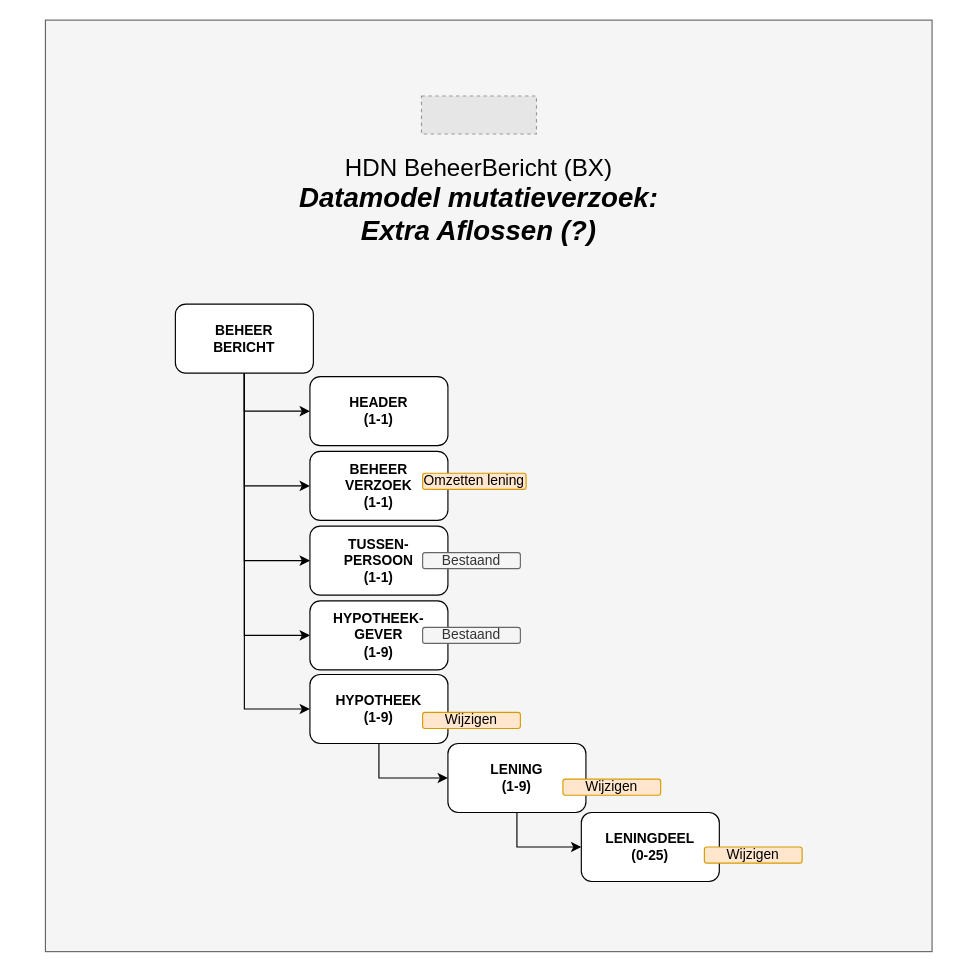
The draw.io diagram page "DataModel EA" (1 of 4) of HDN_BX_MM_ExtraAflossing.drawio in luchthandel/diagrams, before the edit. Source tidied: cells renumbered, new cells numbered last; positions are measured from the earlier drawing's top-left corner, leaving out a move shared by most shapes. Both pictures are drawn from the tidied source at 115%, with x=0, y=0 at pixel (45, 20). Pictures stored in the file or linked from it are replaced by grey dashed boxes.
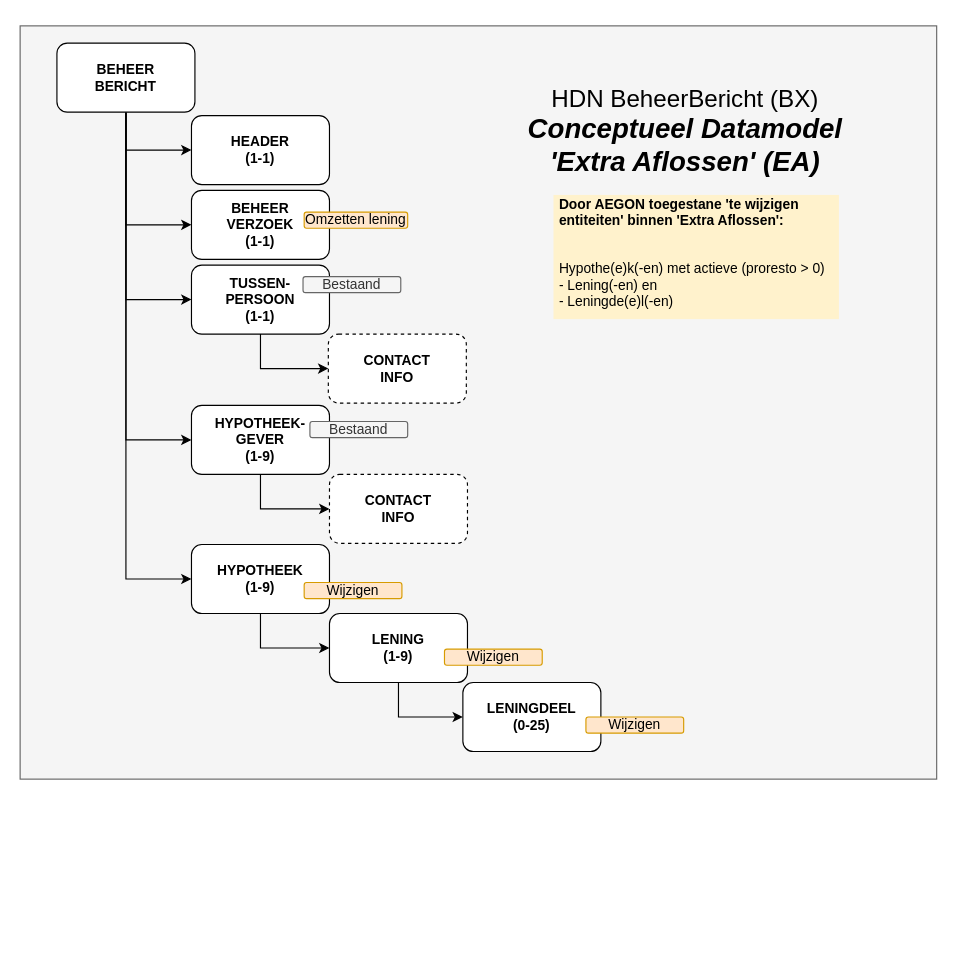
The same diagram, later.

The edit, as a diff of the source:
```diff
@@
-    <mxCell id="2" style="rounded=0;whiteSpace=wrap;html=1;fillColor=#f5f5f5;strokeColor=#666666;fontColor=#333333;labelBackgroundColor=none;" parent="1" vertex="1">
-      <mxGeometry width="771" height="810" as="geometry" />
-    </mxCell>
-    <mxCell id="3" style="fillColor=#E6E6E6;strokeColor=#999999;dashed=1;verticalLabelPosition=bottom;labelBackgroundColor=#ffffff;verticalAlign=top;" parent="1" vertex="1">
-      <mxGeometry x="327" y="66" width="100" height="33" as="geometry" />
-    </mxCell>
+    <mxCell id="26" style="rounded=0;whiteSpace=wrap;html=1;fillColor=#f5f5f5;strokeColor=#666666;fontColor=#333333;labelBackgroundColor=none;" parent="1" vertex="1">
+      <mxGeometry x="-22" y="5" width="797" height="655" as="geometry" />
+    </mxCell>
@@
     <mxCell id="5" value="LENING&lt;br&gt;(1-9)" style="rounded=1;whiteSpace=wrap;html=1;fontStyle=1;" parent="1" vertex="1">
-      <mxGeometry x="350" y="629" width="120" height="60" as="geometry" />
+      <mxGeometry x="247" y="516" width="120" height="60" as="geometry" />
     </mxCell>
     <mxCell id="6" value="LENINGDEEL&lt;br&gt;(0-25)" style="rounded=1;whiteSpace=wrap;html=1;fontStyle=1;" parent="1" vertex="1">
-      <mxGeometry x="466" y="689" width="120" height="60" as="geometry" />
+      <mxGeometry x="363" y="576" width="120" height="60" as="geometry" />
     </mxCell>
+    <mxCell id="27" style="edgeStyle=orthogonalEdgeStyle;rounded=0;jettySize=auto;html=1;exitX=0.5;exitY=1;exitDx=0;exitDy=0;entryX=0;entryY=0.5;entryDx=0;entryDy=0;" parent="1" edge="1" source="7" target="30">
+      <mxGeometry relative="1" as="geometry" />
+    </mxCell>
     <mxCell id="7" value="HYPOTHEEK-&lt;br&gt;GEVER&lt;br&gt;(1-9)" style="rounded=1;whiteSpace=wrap;html=1;fontStyle=1;" parent="1" vertex="1">
-      <mxGeometry x="230" y="505" width="120" height="60" as="geometry" />
+      <mxGeometry x="127" y="335" width="120" height="60" as="geometry" />
     </mxCell>
@@
     <mxCell id="13" value="BEHEER&lt;br&gt;BERICHT" style="rounded=1;whiteSpace=wrap;html=1;fontStyle=1;" parent="1" vertex="1">
-      <mxGeometry x="113" y="247" width="120" height="60" as="geometry" />
+      <mxGeometry x="10" y="20" width="120" height="60" as="geometry" />
     </mxCell>
     <mxCell id="14" value="BEHEER&lt;br&gt;VERZOEK&lt;br&gt;(1-1)" style="rounded=1;whiteSpace=wrap;html=1;fontStyle=1;" parent="1" vertex="1">
-      <mxGeometry x="230" y="375" width="120" height="60" as="geometry" />
+      <mxGeometry x="127" y="148" width="120" height="60" as="geometry" />
     </mxCell>
     <mxCell id="15" value="HEADER&lt;br&gt;(1-1)" style="rounded=1;whiteSpace=wrap;html=1;fontStyle=1;" parent="1" vertex="1">
-      <mxGeometry x="230" y="310" width="120" height="60" as="geometry" />
+      <mxGeometry x="127" y="83" width="120" height="60" as="geometry" />
     </mxCell>
+    <mxCell id="28" style="edgeStyle=orthogonalEdgeStyle;rounded=0;jettySize=auto;html=1;exitX=0.5;exitY=1;exitDx=0;exitDy=0;entryX=0;entryY=0.5;entryDx=0;entryDy=0;" parent="1" edge="1" source="16" target="29">
+      <mxGeometry relative="1" as="geometry" />
+    </mxCell>
     <mxCell id="16" value="TUSSEN-&lt;br&gt;PERSOON&lt;br&gt;(1-1)" style="rounded=1;whiteSpace=wrap;html=1;fontStyle=1;" parent="1" vertex="1">
-      <mxGeometry x="230" y="440" width="120" height="60" as="geometry" />
+      <mxGeometry x="127" y="213" width="120" height="60" as="geometry" />
     </mxCell>
@@
     <mxCell id="18" value="HYPOTHEEK&lt;br&gt;(1-9)" style="rounded=1;whiteSpace=wrap;html=1;fontStyle=1;" parent="1" vertex="1">
-      <mxGeometry x="230" y="569" width="120" height="60" as="geometry" />
+      <mxGeometry x="127" y="456" width="120" height="60" as="geometry" />
     </mxCell>
-    <mxCell id="19" value="&lt;font style=&quot;font-size: 21px&quot;&gt;HDN BeheerBericht (BX)&lt;br&gt;&lt;/font&gt;&lt;span style=&quot;font-size: 24px&quot;&gt;&lt;b&gt;&lt;i&gt;Datamodel mutatieverzoek:&lt;br&gt;Extra Aflossen&amp;nbsp;&lt;/i&gt;&lt;/b&gt;&lt;/span&gt;&lt;b style=&quot;font-size: 24px&quot;&gt;&lt;i&gt;(?)&lt;/i&gt;&lt;/b&gt;" style="text;html=1;strokeColor=none;fillColor=none;align=center;verticalAlign=middle;whiteSpace=wrap;rounded=0;" parent="1" vertex="1">
-      <mxGeometry x="198.8" y="120" width="356.4" height="74.5" as="geometry" />
-    </mxCell>
-    <mxCell id="20" value="&lt;span style=&quot;font-weight: 400&quot;&gt;Bestaand&lt;/span&gt;" style="rounded=1;whiteSpace=wrap;html=1;fontStyle=1;fillColor=#f5f5f5;strokeColor=#666666;fontColor=#333333;" parent="1" vertex="1">
-      <mxGeometry x="328" y="463" width="85" height="14" as="geometry" />
-    </mxCell>
     <mxCell id="21" value="&lt;span style=&quot;font-weight: 400&quot;&gt;Bestaand&lt;/span&gt;" style="rounded=1;whiteSpace=wrap;html=1;fontStyle=1;fillColor=#f5f5f5;strokeColor=#666666;fontColor=#333333;" parent="1" vertex="1">
-      <mxGeometry x="328" y="528" width="85" height="14" as="geometry" />
+      <mxGeometry x="230" y="349" width="85" height="14" as="geometry" />
     </mxCell>
     <mxCell id="22" value="&lt;span style=&quot;font-weight: 400&quot;&gt;Wijzigen&lt;/span&gt;" style="rounded=1;whiteSpace=wrap;html=1;fontStyle=1;fillColor=#ffe6cc;strokeColor=#d79b00;" parent="1" vertex="1">
-      <mxGeometry x="328" y="602" width="85" height="14" as="geometry" />
+      <mxGeometry x="225" y="489" width="85" height="14" as="geometry" />
     </mxCell>
     <mxCell id="23" value="&lt;span style=&quot;font-weight: 400&quot;&gt;Wijzigen&lt;/span&gt;" style="rounded=1;whiteSpace=wrap;html=1;fontStyle=1;fillColor=#ffe6cc;strokeColor=#d79b00;" parent="1" vertex="1">
-      <mxGeometry x="450" y="660" width="85" height="14" as="geometry" />
+      <mxGeometry x="347" y="547" width="85" height="14" as="geometry" />
     </mxCell>
     <mxCell id="24" value="&lt;span style=&quot;font-weight: 400&quot;&gt;Wijzigen&lt;/span&gt;" style="rounded=1;whiteSpace=wrap;html=1;fontStyle=1;fillColor=#ffe6cc;strokeColor=#d79b00;" parent="1" vertex="1">
-      <mxGeometry x="573" y="719" width="85" height="14" as="geometry" />
+      <mxGeometry x="470" y="606" width="85" height="14" as="geometry" />
     </mxCell>
     <mxCell id="25" value="&lt;span style=&quot;font-weight: 400&quot;&gt;Omzetten lening&lt;/span&gt;" style="rounded=1;whiteSpace=wrap;html=1;fontStyle=1;fillColor=#ffe6cc;strokeColor=#d79b00;" parent="1" vertex="1">
-      <mxGeometry x="328" y="394" width="90" height="14" as="geometry" />
+      <mxGeometry x="225" y="167" width="90" height="14" as="geometry" />
     </mxCell>
+    <mxCell id="29" value="CONTACT&lt;br&gt;INFO" style="rounded=1;whiteSpace=wrap;html=1;fontStyle=1;dashed=1;" parent="1" vertex="1">
+      <mxGeometry x="246" y="273" width="120" height="60" as="geometry" />
+    </mxCell>
+    <mxCell id="20" value="&lt;span style=&quot;font-weight: 400&quot;&gt;Bestaand&lt;/span&gt;" style="rounded=1;whiteSpace=wrap;html=1;fontStyle=1;fillColor=#f5f5f5;strokeColor=#666666;fontColor=#333333;" parent="1" vertex="1">
+      <mxGeometry x="224" y="223" width="85" height="14" as="geometry" />
+    </mxCell>
+    <mxCell id="30" value="CONTACT&lt;br&gt;INFO" style="rounded=1;whiteSpace=wrap;html=1;fontStyle=1;dashed=1;" parent="1" vertex="1">
+      <mxGeometry x="247" y="395" width="120" height="60" as="geometry" />
+    </mxCell>
+    <mxCell id="31" value="&lt;font style=&quot;font-size: 21px&quot;&gt;HDN BeheerBericht (BX)&lt;br&gt;&lt;/font&gt;&lt;span style=&quot;font-size: 24px&quot;&gt;&lt;b&gt;&lt;i&gt;Conceptueel Datamodel&lt;br&gt;'Extra Aflossen' (EA)&lt;br&gt;&lt;/i&gt;&lt;/b&gt;&lt;/span&gt;" style="text;html=1;strokeColor=none;fillColor=none;align=center;verticalAlign=middle;whiteSpace=wrap;rounded=0;" parent="1" vertex="1">
+      <mxGeometry x="400" y="50" width="312.5" height="93" as="geometry" />
+    </mxCell>
+    <mxCell id="32" value="&lt;p&gt;&lt;b&gt;Door AEGON toegestane 'te wijzigen entiteiten' binnen 'Extra Aflossen':&lt;/b&gt;&lt;/p&gt;&lt;p&gt;&lt;b&gt;&lt;br&gt;&lt;/b&gt;Hypothe(e)k(-en) met actieve (proresto &amp;gt; 0)&lt;br&gt;- Lening(-en) en&lt;br&gt;- Leningde(e)l(-en)&lt;br&gt;&lt;/p&gt;" style="text;html=1;fillColor=#fff2cc;spacing=5;spacingTop=-20;whiteSpace=wrap;overflow=hidden;rounded=0;verticalAlign=top;" parent="1" vertex="1">
+      <mxGeometry x="441.8" y="152" width="248.2" height="108" as="geometry" />
+    </mxCell>
```
